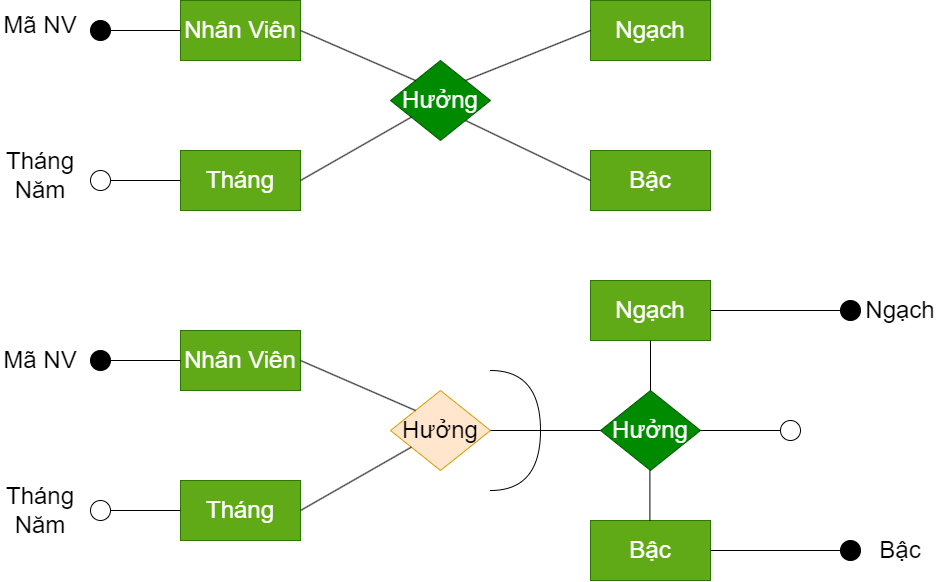
This is QT2(Chuẩn hóa ER).png from datnham0212/learning, a draw.io export, as it was before one commit. Source tidied: cells renumbered, new cells last; positions are measured from the earlier drawing's top-left corner, leaving out a move shared by most shapes.
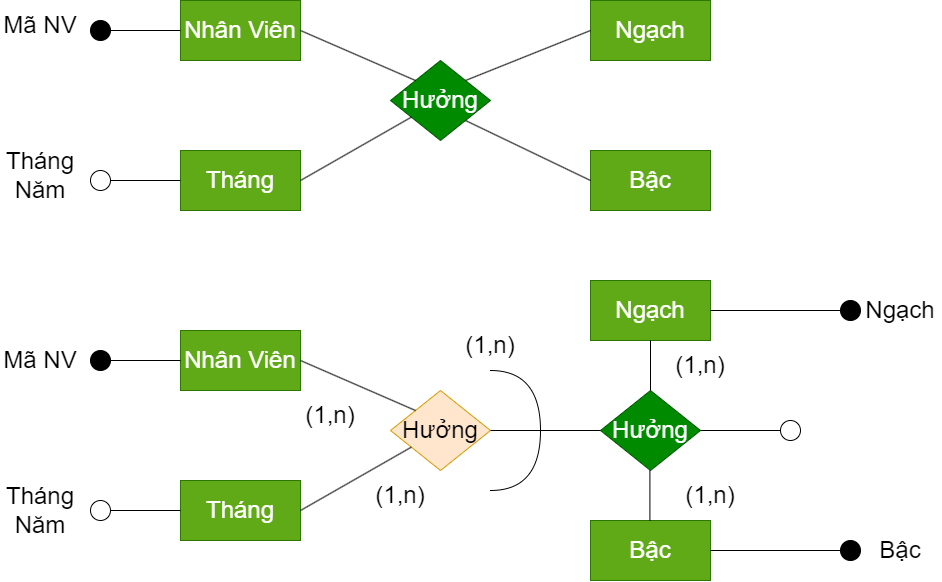
Later version of the same file.

The edit, as a diff of the source:
```diff
@@ -142,5 +142,20 @@
     <mxCell id="42" value="&lt;font style=&quot;font-size: 24px;&quot;&gt;Bậc&lt;/font&gt;" style="text;html=1;strokeColor=none;fillColor=none;align=center;verticalAlign=middle;whiteSpace=wrap;rounded=0;fontSize=24;" parent="1" vertex="1">
       <mxGeometry x="860" y="535" width="80" height="30" as="geometry" />
     </mxCell>
+    <mxCell id="43" value="&lt;font style=&quot;font-size: 24px;&quot;&gt;(1,n)&lt;/font&gt;" style="text;html=1;strokeColor=none;fillColor=none;align=center;verticalAlign=middle;whiteSpace=wrap;rounded=0;fontSize=24;" parent="1" vertex="1">
+      <mxGeometry x="290" y="400" width="80" height="30" as="geometry" />
+    </mxCell>
+    <mxCell id="44" value="&lt;font style=&quot;font-size: 24px;&quot;&gt;(1,n)&lt;/font&gt;" style="text;html=1;strokeColor=none;fillColor=none;align=center;verticalAlign=middle;whiteSpace=wrap;rounded=0;fontSize=24;" parent="1" vertex="1">
+      <mxGeometry x="360" y="480" width="80" height="30" as="geometry" />
+    </mxCell>
+    <mxCell id="45" value="&lt;font style=&quot;font-size: 24px;&quot;&gt;(1,n)&lt;/font&gt;" style="text;html=1;strokeColor=none;fillColor=none;align=center;verticalAlign=middle;whiteSpace=wrap;rounded=0;fontSize=24;" parent="1" vertex="1">
+      <mxGeometry x="450" y="330" width="80" height="30" as="geometry" />
+    </mxCell>
+    <mxCell id="46" value="&lt;font style=&quot;font-size: 24px;&quot;&gt;(1,n)&lt;/font&gt;" style="text;html=1;strokeColor=none;fillColor=none;align=center;verticalAlign=middle;whiteSpace=wrap;rounded=0;fontSize=24;" parent="1" vertex="1">
+      <mxGeometry x="660" y="350" width="80" height="30" as="geometry" />
+    </mxCell>
+    <mxCell id="47" value="&lt;font style=&quot;font-size: 24px;&quot;&gt;(1,n)&lt;/font&gt;" style="text;html=1;strokeColor=none;fillColor=none;align=center;verticalAlign=middle;whiteSpace=wrap;rounded=0;fontSize=24;" parent="1" vertex="1">
+      <mxGeometry x="670" y="480" width="80" height="30" as="geometry" />
+    </mxCell>
   </root>
 </mxGraphModel>
```
